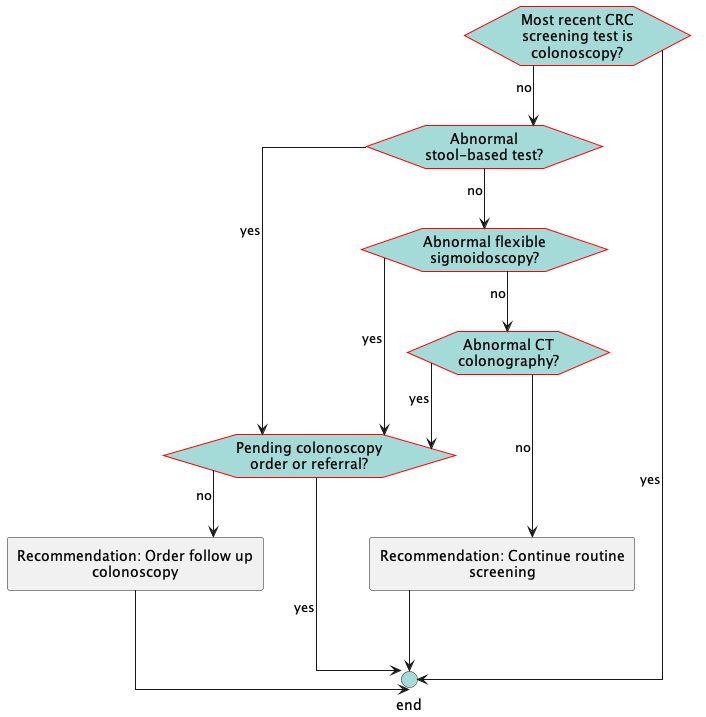
The PlantUML diagram images/flow-FollowUp.png in ccsm-cds-tools/CDC-Colorectal-Cancer-Screening-CDS-L2, before a commit.
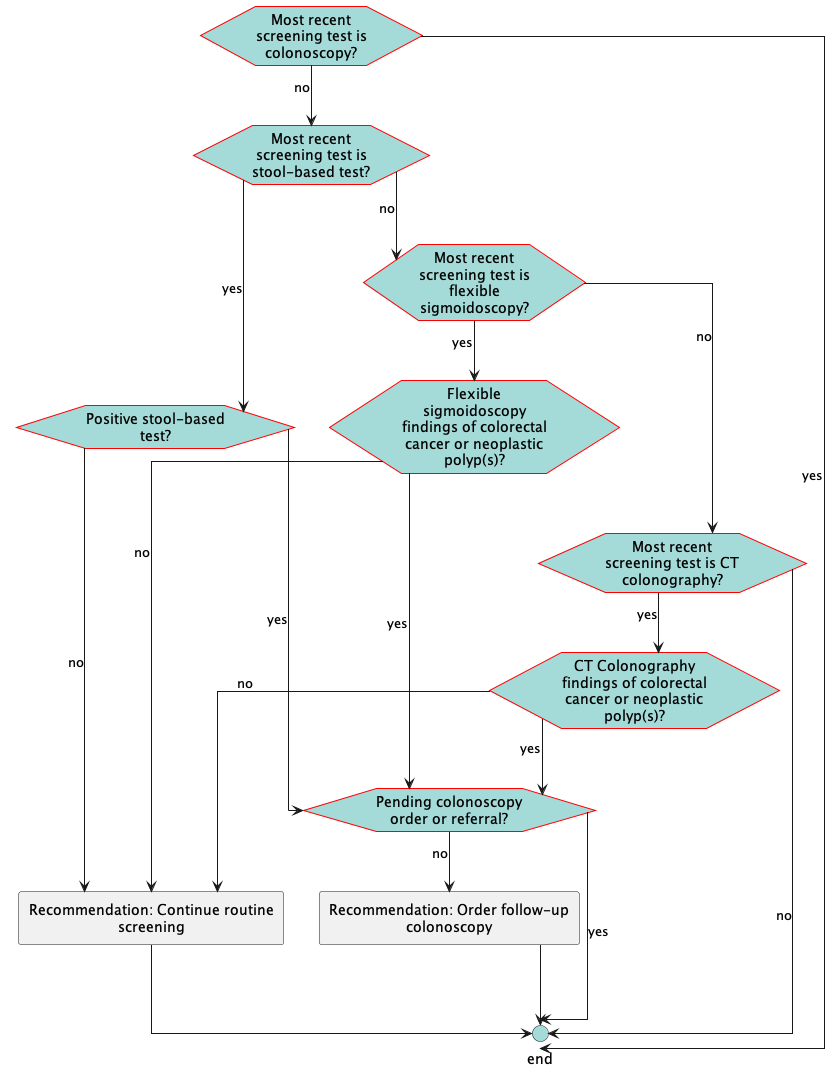
After the change.

Diff of the diagram source:
```diff
@@ -17,24 +17,33 @@
     BackGroundColor: #A4DBD8
 }
 </style>
-hexagon "Most recent CRC screening test is colonoscopy?" as eve_lastTestColonoscopy [[#eve-lastTestColonoscopy]]
-hexagon "Abnormal stool-based test?" as eve_abnormalStoolTest [[#eve-abnormalStoolTest]]
-hexagon "Abnormal flexible sigmoidoscopy?" as eve_abnormalFlexibleSigmoidoscopy [[#eve-abnormalFlexibleSigmoidoscopy]]
-hexagon "Abnormal CT colonography?" as eve_abnormalCTColonography [[#eve-abnormalCTColonography]]
+hexagon "Most recent screening test is colonoscopy?" as eve_lastTestColonoscopy [[#eve-lastTestColonoscopy]]
+hexagon "Most recent screening test is stool-based test?" as eve_lastTestStool [[#eve-lastTestStool]]
+hexagon "Positive stool-based test?" as eve_abnormalStoolTest [[#eve-abnormalStoolTest]]
+hexagon "Most recent screening test is flexible sigmoidoscopy?" as eve_lastTestFlexSig [[#eve-lastTestFlexSig]]
+hexagon "Flexible sigmoidoscopy findings of colorectal cancer or neoplastic polyp(s)?" as eve_abnormalFlexSig [[#eve-abnormalFlexSig]]
+hexagon "Most recent screening test is CT colonography?" as eve_lastTestCTC [[#eve-lastTestCTC]]
+hexagon "CT Colonography findings of colorectal cancer or neoplastic polyp(s)?" as eve_abnormalCTColonography [[#eve-abnormalCTColonography]]
 hexagon "Pending colonoscopy order or referral?" as eve_pendingColonoscopy [[#eve-pendingColonoscopy]]
-rectangle "Recommendation: Order follow up colonoscopy" as act_FollowUpColonoscopy [[#act-FollowUpColonoscopy]]
 rectangle "Recommendation: Continue routine screening" as act_continueRoutineScreening [[#act-continueRoutineScreening]]
+rectangle "Recommendation: Order follow-up colonoscopy" as act_FollowUpColonoscopy [[#act-FollowUpColonoscopy]]
 circle "end" as end_1 <<end>>
-eve_lastTestColonoscopy-->end_1: yes
-eve_lastTestColonoscopy-->eve_abnormalStoolTest: no
-eve_abnormalStoolTest-->eve_pendingColonoscopy: yes
-eve_abnormalStoolTest-->eve_abnormalFlexibleSigmoidoscopy: no
-eve_abnormalFlexibleSigmoidoscopy-->eve_pendingColonoscopy: yes
-eve_abnormalFlexibleSigmoidoscopy-->eve_abnormalCTColonography: no
+eve_lastTestColonoscopy-[norank]->end_1: yes
+eve_lastTestColonoscopy-->eve_lastTestStool: no
+eve_lastTestStool-->eve_abnormalStoolTest: yes
+eve_lastTestStool-->eve_lastTestFlexSig: no
+eve_abnormalStoolTest---->eve_pendingColonoscopy: yes
+eve_abnormalStoolTest-[norank]->act_continueRoutineScreening: no
+eve_lastTestFlexSig-->eve_abnormalFlexSig: yes
+eve_lastTestFlexSig-->eve_lastTestCTC: no
+eve_abnormalFlexSig---->eve_pendingColonoscopy: yes
+eve_abnormalFlexSig-[norank]>act_continueRoutineScreening: no
+eve_lastTestCTC-->eve_abnormalCTColonography: yes
+eve_lastTestCTC-->end_1: no
 eve_abnormalCTColonography-->eve_pendingColonoscopy: yes
-eve_abnormalCTColonography-->act_continueRoutineScreening: no
+eve_abnormalCTColonography-[norank]->act_continueRoutineScreening: no
 eve_pendingColonoscopy-->end_1: yes
 eve_pendingColonoscopy-->act_FollowUpColonoscopy: no
+act_continueRoutineScreening-->end_1
 act_FollowUpColonoscopy-->end_1
-act_continueRoutineScreening-->end_1
 @enduml
```
